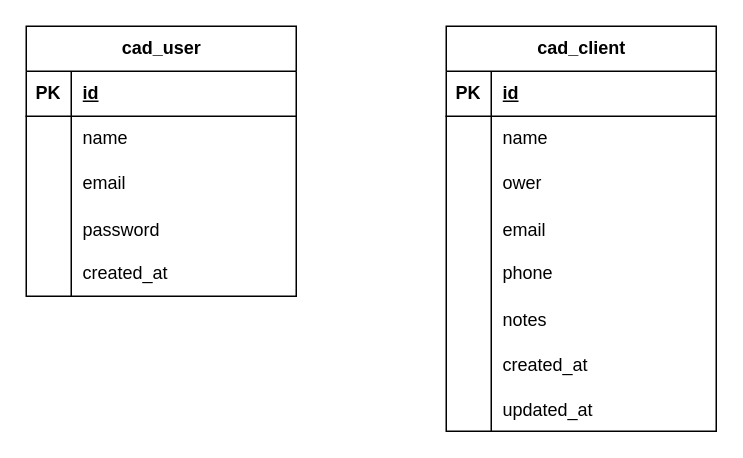
MuriloRusso/MRWorld-v3---Gerenciador-de-Tarefas keeps this draw.io diagram as database.drawio. Above is the earlier version. Source tidied: cells renumbered, new cells numbered last; positions are measured from the earlier drawing's top-left corner, leaving out a move shared by most shapes. Both pictures are drawn from the tidied source at 150%, with x=0, y=0 at pixel (26, 26).
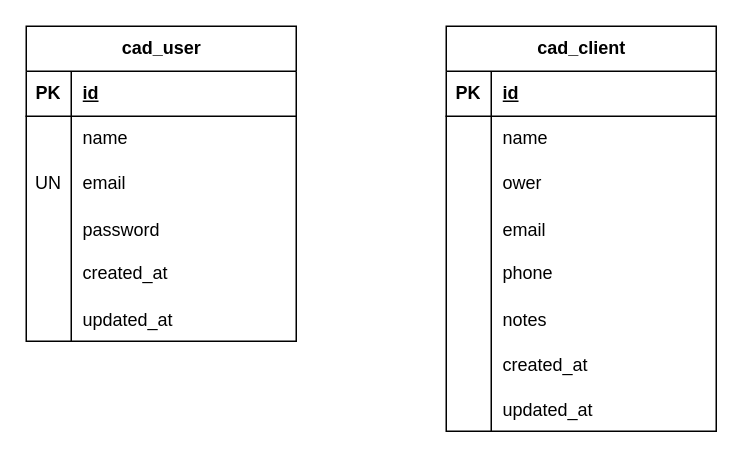
Above is the later version.

The change refers to these unchanged cells:
```xml
<mxCell id="9" style="shape=tableRow;horizontal=0;startSize=0;swimlaneHead=0;swimlaneBody=0;fillColor=none;top=0;left=0;right=0;bottom=0;" parent="2" vertex="1">
  <mxGeometry y="90" width="180" height="30" as="geometry" />
</mxCell>
```

The edit, as a diff of the source:
```diff
@@
     <mxCell id="2" value="cad_user" style="shape=table;startSize=30;childLayout=tableLayout;rowLines=0;fontStyle=1;align=center;html=1;" parent="1" vertex="1">
-      <mxGeometry width="180" height="180" as="geometry" />
+      <mxGeometry width="180" height="210" as="geometry" />
     </mxCell>
@@
-    <mxCell id="10" style="shape=partialRectangle;fillColor=none;top=0;left=0;bottom=0;right=0;overflow=hidden;whiteSpace=wrap;html=1;" parent="9" vertex="1">
+    <mxCell id="10" value="UN" style="shape=partialRectangle;fillColor=none;top=0;left=0;bottom=0;right=0;overflow=hidden;whiteSpace=wrap;html=1;" parent="9" vertex="1">
       <mxGeometry width="30" height="30" as="geometry" />
     </mxCell>
@@
+    <mxCell id="43" style="shape=tableRow;horizontal=0;startSize=0;swimlaneHead=0;swimlaneBody=0;fillColor=none;top=0;left=0;right=0;bottom=0;" parent="2" vertex="1">
+      <mxGeometry y="180" width="180" height="30" as="geometry" />
+    </mxCell>
+    <mxCell id="44" style="shape=partialRectangle;fillColor=none;top=0;left=0;bottom=0;right=0;overflow=hidden;" parent="43" vertex="1">
+      <mxGeometry width="30" height="30" as="geometry" />
+    </mxCell>
+    <mxCell id="45" value="updated_at" style="shape=partialRectangle;fillColor=none;top=0;left=0;bottom=0;right=0;align=left;spacingLeft=6;overflow=hidden;" parent="43" vertex="1">
+      <mxGeometry x="30" width="150" height="30" as="geometry" />
+    </mxCell>
```
